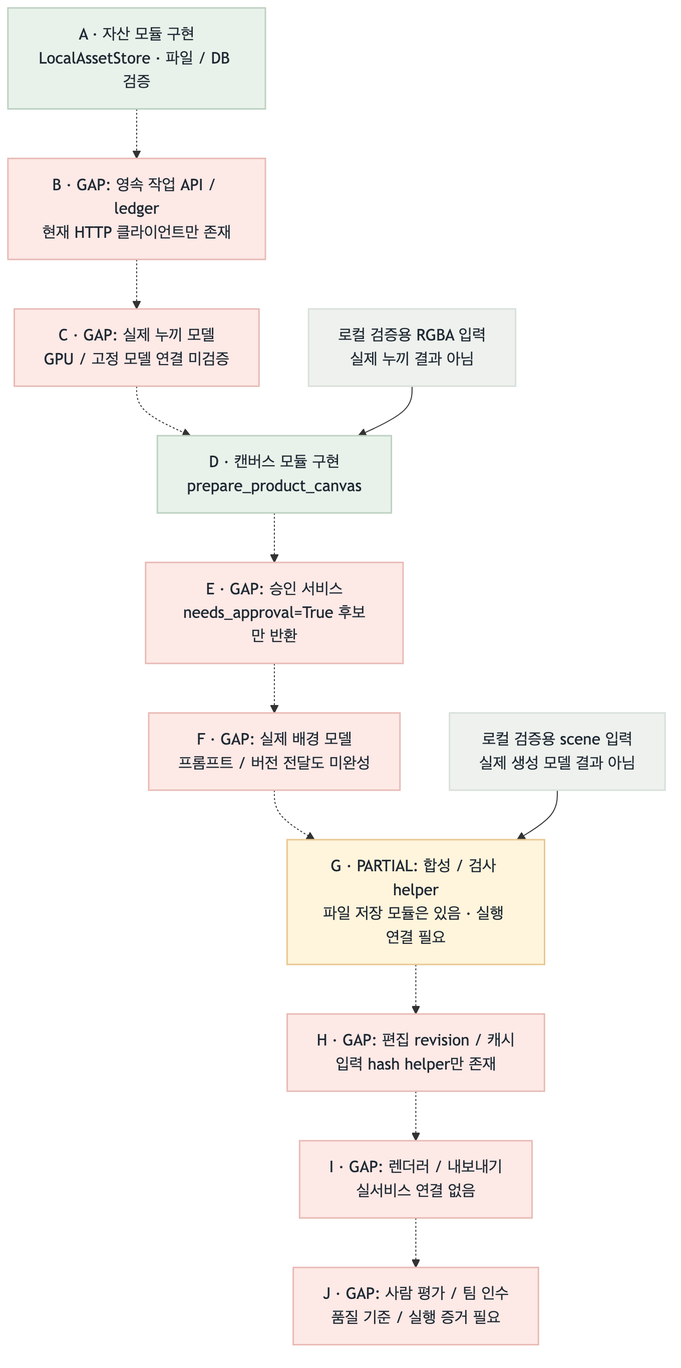
uyt5041-lab/beauty-ai-models keeps this Mermaid diagram as fivecircles/architecture/spec/image-runtime-current-flow.png. Above is the earlier version. Its source is kept beside it as fivecircles/architecture/spec/image-runtime-current-flow.mmd. Source of this version:
```mermaid
flowchart TB
    A["A · 자산 모듈 구현<br/>LocalAssetStore · 파일 / DB 검증"]:::green
    B["B · GAP: 영속 작업 API / ledger<br/>현재 HTTP 클라이언트만 존재"]:::red
    C["C · GAP: 실제 누끼 모델<br/>GPU / 고정 모델 연결 미검증"]:::red
    D["D · 캔버스 모듈 구현<br/>prepare_product_canvas"]:::green
    E["E · GAP: 승인 서비스<br/>needs_approval=True 후보만 반환"]:::red
    F["F · GAP: 실제 배경 모델<br/>프롬프트 / 버전 전달도 미완성"]:::red
    G["G · PARTIAL: 합성 / 검사 helper<br/>파일 저장 모듈은 있음 · 실행 연결 필요"]:::amber
    H["H · GAP: 편집 revision / 캐시<br/>입력 hash helper만 존재"]:::red
    I["I · GAP: 렌더러 / 내보내기<br/>실서비스 연결 없음"]:::red
    J["J · GAP: 사람 평가 / 팀 인수<br/>품질 기준 / 실행 증거 필요"]:::red
    T["로컬 검증용 RGBA 입력<br/>실제 누끼 결과 아님"]:::gray
    U["로컬 검증용 scene 입력<br/>실제 생성 모델 결과 아님"]:::gray
    A -.-> B -.-> C -.-> D -.-> E -.-> F -.-> G -.-> H -.-> I -.-> J
    T --> D
    U --> G
classDef green fill:#e8f2ea,stroke:#bdd1c2,color:#1f2933,stroke-width:1.5px
classDef blue fill:#e8f0f7,stroke:#c2d3e0,color:#1f2933,stroke-width:1.5px
classDef amber fill:#fff4dc,stroke:#e7c88f,color:#1f2933,stroke-width:1.5px
classDef red fill:#fde9e6,stroke:#e8bab5,color:#1f2933,stroke-width:1.5px
classDef gray fill:#eef1ed,stroke:#d8e0da,color:#1f2933,stroke-width:1.5px
```
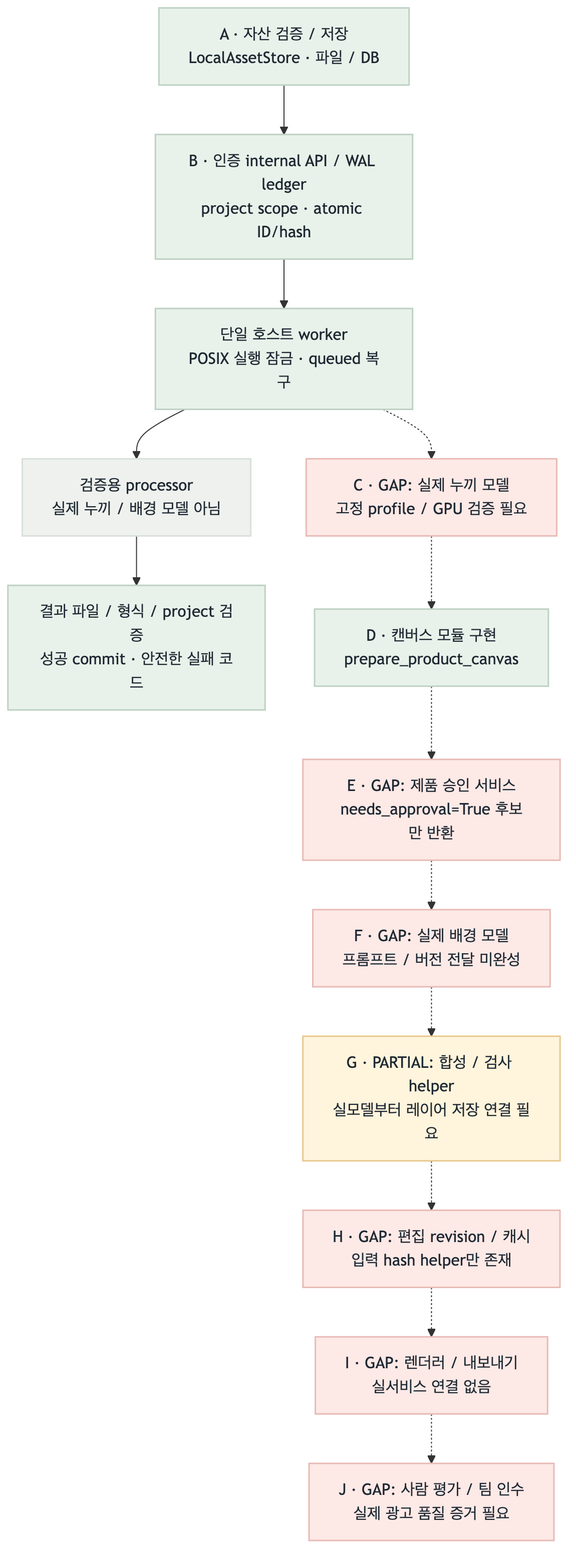
Later version of the same file.

Change to the diagram source:
```diff
@@ -1,19 +1,20 @@
 flowchart TB
-    A["A · 자산 모듈 구현<br/>LocalAssetStore · 파일 / DB 검증"]:::green
-    B["B · GAP: 영속 작업 API / ledger<br/>현재 HTTP 클라이언트만 존재"]:::red
-    C["C · GAP: 실제 누끼 모델<br/>GPU / 고정 모델 연결 미검증"]:::red
+    A["A · 자산 검증 / 저장<br/>LocalAssetStore · 파일 / DB"]:::green
+    B["B · 인증 internal API / WAL ledger<br/>project scope · atomic ID/hash"]:::green
+    W["단일 호스트 worker<br/>POSIX 실행 잠금 · queued 복구"]:::green
+    T["검증용 processor<br/>실제 누끼 / 배경 모델 아님"]:::gray
+    R["결과 파일 / 형식 / project 검증<br/>성공 commit · 안전한 실패 코드"]:::green
+    C["C · GAP: 실제 누끼 모델<br/>고정 profile / GPU 검증 필요"]:::red
     D["D · 캔버스 모듈 구현<br/>prepare_product_canvas"]:::green
-    E["E · GAP: 승인 서비스<br/>needs_approval=True 후보만 반환"]:::red
-    F["F · GAP: 실제 배경 모델<br/>프롬프트 / 버전 전달도 미완성"]:::red
-    G["G · PARTIAL: 합성 / 검사 helper<br/>파일 저장 모듈은 있음 · 실행 연결 필요"]:::amber
+    E["E · GAP: 제품 승인 서비스<br/>needs_approval=True 후보만 반환"]:::red
+    F["F · GAP: 실제 배경 모델<br/>프롬프트 / 버전 전달 미완성"]:::red
+    G["G · PARTIAL: 합성 / 검사 helper<br/>실모델부터 레이어 저장 연결 필요"]:::amber
     H["H · GAP: 편집 revision / 캐시<br/>입력 hash helper만 존재"]:::red
     I["I · GAP: 렌더러 / 내보내기<br/>실서비스 연결 없음"]:::red
-    J["J · GAP: 사람 평가 / 팀 인수<br/>품질 기준 / 실행 증거 필요"]:::red
-    T["로컬 검증용 RGBA 입력<br/>실제 누끼 결과 아님"]:::gray
-    U["로컬 검증용 scene 입력<br/>실제 생성 모델 결과 아님"]:::gray
-    A -.-> B -.-> C -.-> D -.-> E -.-> F -.-> G -.-> H -.-> I -.-> J
-    T --> D
-    U --> G
+    J["J · GAP: 사람 평가 / 팀 인수<br/>실제 광고 품질 증거 필요"]:::red
+    A --> B --> W
+    W --> T --> R
+    W -.-> C -.-> D -.-> E -.-> F -.-> G -.-> H -.-> I -.-> J
 classDef green fill:#e8f2ea,stroke:#bdd1c2,color:#1f2933,stroke-width:1.5px
 classDef blue fill:#e8f0f7,stroke:#c2d3e0,color:#1f2933,stroke-width:1.5px
 classDef amber fill:#fff4dc,stroke:#e7c88f,color:#1f2933,stroke-width:1.5px
```
